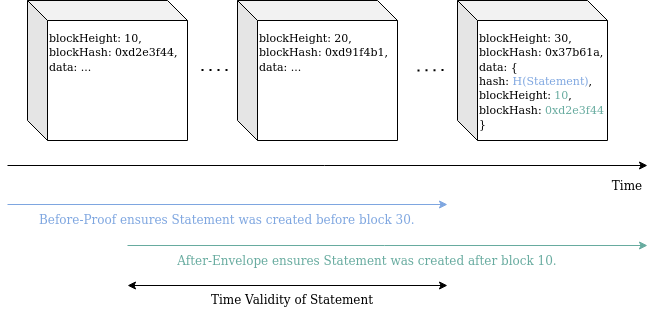
Above: assets/proof-timestamps.png in HydraMeshnet/developer-portal (draw.io), before the change. Source tidied: cells renumbered, new cells last; positions are measured from the earlier drawing's top-left corner, leaving out a move shared by most shapes.
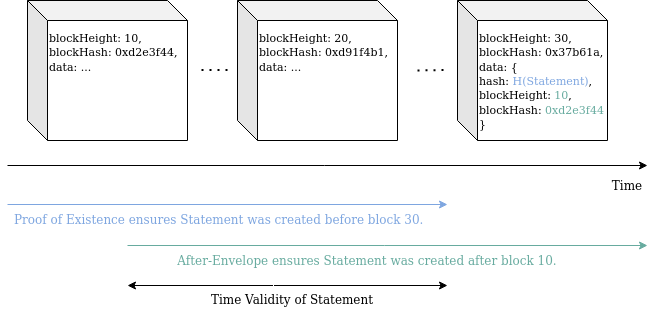
The same file after the commit.

Diff of the diagram source:
```diff
@@ -32,8 +32,8 @@
         <mxPoint x="640" y="245" as="targetPoint" />
       </mxGeometry>
     </mxCell>
-    <mxCell id="8" value="&lt;font color=&quot;#7EA6E0&quot;&gt;Before-Proof ensures Statement was created before block 30. &lt;/font&gt;" style="text;whiteSpace=wrap;html=1;" parent="1" vertex="1">
-      <mxGeometry x="30" y="205" width="390" height="20" as="geometry" />
+    <mxCell id="8" value="&lt;font color=&quot;#7EA6E0&quot;&gt;Proof of Existence ensures Statement was created before block 30. &lt;/font&gt;" style="text;whiteSpace=wrap;html=1;" parent="1" vertex="1">
+      <mxGeometry x="5" y="205" width="420" height="20" as="geometry" />
     </mxCell>
     <mxCell id="9" value="After-Envelope ensures Statement was created after block 10." style="text;html=1;strokeColor=none;fillColor=none;align=center;verticalAlign=middle;whiteSpace=wrap;rounded=0;fontColor=#67AB9F;" parent="1" vertex="1">
       <mxGeometry x="140" y="250" width="440" height="20" as="geometry" />
@@ -50,14 +50,17 @@
     <mxCell id="12" value="&lt;font style=&quot;font-size: 11px&quot;&gt;blockHeight: 10,&lt;br&gt;&lt;/font&gt;&lt;div&gt;&lt;font style=&quot;font-size: 11px&quot;&gt;blockHash: &lt;/font&gt;&lt;font style=&quot;font-size: 11px&quot;&gt;0xd2e3f44,&lt;/font&gt;&lt;font style=&quot;font-size: 11px&quot;&gt;&lt;br&gt;&lt;/font&gt;&lt;/div&gt;&lt;div&gt;&lt;font style=&quot;font-size: 11px&quot;&gt;data: ...&lt;/font&gt;&lt;/div&gt;&lt;div&gt;&lt;font style=&quot;font-size: 11px&quot;&gt;&lt;br&gt;&lt;/font&gt;&lt;/div&gt;&lt;div&gt;&lt;font style=&quot;font-size: 11px&quot;&gt;&lt;br&gt;&lt;/font&gt;&lt;/div&gt;&lt;div&gt;&lt;font style=&quot;font-size: 11px&quot;&gt;&lt;br&gt;&lt;/font&gt;&lt;/div&gt;&lt;div&gt;&lt;font style=&quot;font-size: 11px&quot;&gt;&lt;br&gt;&lt;/font&gt;&lt;/div&gt;" style="shape=cube;whiteSpace=wrap;html=1;boundedLbl=1;backgroundOutline=1;darkOpacity=0.05;darkOpacity2=0.1;align=left;" parent="1" vertex="1">
       <mxGeometry x="20" width="160" height="140" as="geometry" />
     </mxCell>
+    <mxCell id="15" style="endArrow=classic;startArrow=classic;html=1;fontColor=#99004D;fillColor=#f5f5f5;" parent="1" edge="1">
+      <mxGeometry relative="1" as="geometry">
+        <mxPoint x="120" y="285" as="sourcePoint" />
+        <mxPoint x="440" y="285" as="targetPoint" />
+      </mxGeometry>
+    </mxCell>
+    <mxCell id="16" value="&lt;font color=&quot;#000000&quot;&gt;&lt;br&gt;&lt;/font&gt;" style="edgeLabel;html=1;align=center;verticalAlign=middle;fontColor=#99004D;" parent="15" vertex="1">
+      <mxGeometry x="-0.09" y="-2" relative="1" as="geometry" />
+    </mxCell>
     <mxCell id="13" value="&lt;font color=&quot;#000000&quot;&gt;Time Validity of Statement&lt;/font&gt;" style="text;html=1;strokeColor=none;fillColor=none;align=center;verticalAlign=middle;whiteSpace=wrap;rounded=0;fontColor=#99004D;" parent="1" vertex="1">
       <mxGeometry x="190" y="289" width="190" height="20" as="geometry" />
     </mxCell>
-    <mxCell id="14" style="endArrow=classic;startArrow=classic;html=1;strokeColor=#000000;fontColor=#99004D;" parent="1" edge="1">
-      <mxGeometry relative="1" as="geometry">
-        <mxPoint x="120" y="285" as="sourcePoint" />
-        <mxPoint x="440" y="285" as="targetPoint" />
-      </mxGeometry>
-    </mxCell>
   </root>
 </mxGraphModel>
```
